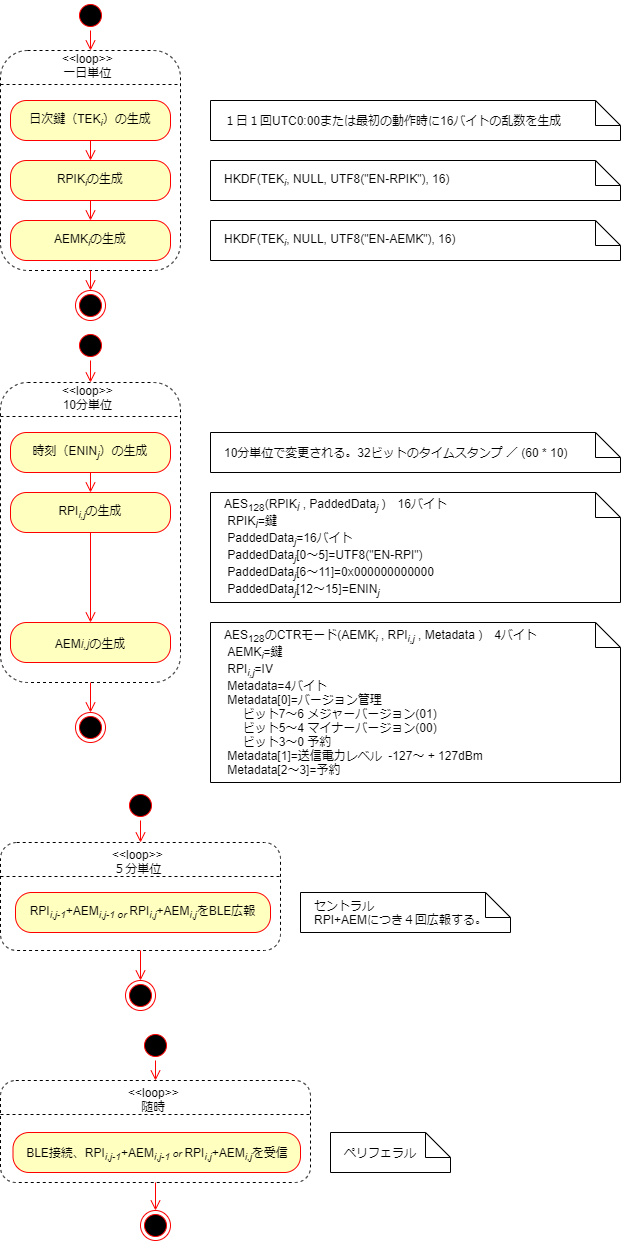
Earlier version of the draw.io export 接触確認機能アクティビティ.png (giangdolqa/GpsTrackerContactApp). Source tidied: cells renumbered, new cells last; positions are measured from the earlier drawing's top-left corner, leaving out a move shared by most shapes. Its diagram source:
```xml
<mxGraphModel>
  <root>
    <mxCell id="0" />
    <mxCell id="1" parent="0" />
    <mxCell id="2" style="rounded=1;whiteSpace=wrap;html=1;labelBackgroundColor=none;fontColor=#FFFFFF;align=left;fillColor=none;dashed=1;" parent="1" vertex="1">
      <mxGeometry y="50" width="180" height="220" as="geometry" />
    </mxCell>
    <mxCell id="3" style="rounded=1;whiteSpace=wrap;html=1;labelBackgroundColor=none;fontColor=#FFFFFF;align=left;fillColor=none;dashed=1;" parent="1" vertex="1">
      <mxGeometry y="382" width="180" height="300" as="geometry" />
    </mxCell>
    <mxCell id="4" style="rounded=1;whiteSpace=wrap;html=1;labelBackgroundColor=none;fontColor=#FFFFFF;align=left;fillColor=none;dashed=1;" parent="1" vertex="1">
      <mxGeometry y="1080" width="310" height="102" as="geometry" />
    </mxCell>
    <mxCell id="5" style="ellipse;html=1;shape=startState;fillColor=#000000;strokeColor=#ff0000;" parent="1" vertex="1">
      <mxGeometry x="75" width="30" height="30" as="geometry" />
    </mxCell>
    <mxCell id="6" style="edgeStyle=orthogonalEdgeStyle;html=1;verticalAlign=bottom;endArrow=open;endSize=8;strokeColor=#ff0000;entryX=0.5;entryY=0;entryDx=0;entryDy=0;exitX=0.5;exitY=1;exitDx=0;exitDy=0;" parent="1" edge="1" source="5" target="33">
      <mxGeometry relative="1" as="geometry" />
    </mxCell>
    <mxCell id="7" value="日次鍵（TEK&lt;i&gt;&lt;sub&gt;i&lt;/sub&gt;&lt;/i&gt;）の生成" style="rounded=1;whiteSpace=wrap;html=1;arcSize=40;fontColor=#000000;fillColor=#ffffc0;strokeColor=#ff0000;" parent="1" vertex="1">
      <mxGeometry x="10" y="100" width="160" height="40" as="geometry" />
    </mxCell>
    <mxCell id="8" style="edgeStyle=orthogonalEdgeStyle;html=1;verticalAlign=bottom;endArrow=open;endSize=8;strokeColor=#ff0000;entryX=0.5;entryY=0;entryDx=0;entryDy=0;" parent="1" edge="1" source="7" target="12">
      <mxGeometry relative="1" as="geometry" />
    </mxCell>
    <mxCell id="9" value="時刻（ENIN&lt;i&gt;&lt;sub&gt;j&lt;/sub&gt;&lt;/i&gt;）の生成" style="rounded=1;whiteSpace=wrap;html=1;arcSize=40;fontColor=#000000;fillColor=#ffffc0;strokeColor=#ff0000;" parent="1" vertex="1">
      <mxGeometry x="10" y="432" width="160" height="40" as="geometry" />
    </mxCell>
    <mxCell id="10" value="　１日１回UTC0:00または最初の動作時に16バイトの乱数を生成" style="shape=note2;boundedLbl=1;whiteSpace=wrap;html=1;size=25;verticalAlign=middle;align=left;labelBackgroundColor=none;fontColor=#000000;fillColor=none;" parent="1" vertex="1">
      <mxGeometry x="210" y="100" width="410" height="40" as="geometry" />
    </mxCell>
    <mxCell id="11" value="　10分単位で変更される。32ビットのタイムスタンプ ／ (60 * 10)" style="shape=note2;boundedLbl=1;whiteSpace=wrap;html=1;size=25;verticalAlign=middle;align=left;labelBackgroundColor=none;fontColor=#000000;fillColor=none;" parent="1" vertex="1">
      <mxGeometry x="210" y="432" width="410" height="40" as="geometry" />
    </mxCell>
    <mxCell id="12" value="RPIK&lt;i&gt;&lt;sub&gt;i&lt;/sub&gt;&lt;/i&gt;の生成" style="rounded=1;whiteSpace=wrap;html=1;arcSize=40;fontColor=#000000;fillColor=#ffffc0;strokeColor=#ff0000;" parent="1" vertex="1">
      <mxGeometry x="10" y="160" width="160" height="40" as="geometry" />
    </mxCell>
    <mxCell id="13" value="　HKDF(TEK&lt;i&gt;&lt;sub&gt;i&lt;/sub&gt;&lt;/i&gt;, NULL, UTF8(&quot;EN-RPIK&quot;), 16)" style="shape=note2;boundedLbl=1;whiteSpace=wrap;html=1;size=25;verticalAlign=middle;align=left;labelBackgroundColor=none;fontColor=#000000;fillColor=none;" parent="1" vertex="1">
      <mxGeometry x="210" y="160" width="410" height="40" as="geometry" />
    </mxCell>
    <mxCell id="14" value="RPI&lt;i&gt;&lt;sub&gt;i,j&lt;/sub&gt;&lt;/i&gt;の生成" style="rounded=1;whiteSpace=wrap;html=1;arcSize=40;fontColor=#000000;fillColor=#ffffc0;strokeColor=#ff0000;" parent="1" vertex="1">
      <mxGeometry x="10" y="492" width="160" height="40" as="geometry" />
    </mxCell>
    <mxCell id="15" value="　AES&lt;sub&gt;128&lt;/sub&gt;(RPIK&lt;i style=&quot;vertical-align: sub&quot;&gt;i&lt;/i&gt;&amp;nbsp;,&amp;nbsp;PaddedData&lt;sub&gt;&lt;i&gt;j&lt;/i&gt;&lt;/sub&gt;&amp;nbsp;)　16バイト&lt;br&gt;　&amp;nbsp;RPIK&lt;i style=&quot;vertical-align: sub&quot;&gt;i&lt;/i&gt;=鍵 &lt;br&gt;　 PaddedData&lt;sub style=&quot;font-style: italic&quot;&gt;j&lt;/sub&gt;=16バイト&lt;br&gt;　 PaddedData&lt;sub style=&quot;font-style: italic&quot;&gt;j&lt;/sub&gt;[0～5]=UTF8(&quot;EN-RPI&quot;)&lt;br&gt;　 PaddedData&lt;sub style=&quot;font-style: italic&quot;&gt;j&lt;/sub&gt;[6～11]=0x000000000000&lt;br&gt;　 PaddedData&lt;sub style=&quot;font-style: italic&quot;&gt;j&lt;/sub&gt;[12～15]=&lt;font&gt;&lt;span style=&quot;text-align: center&quot;&gt;ENIN&lt;/span&gt;&lt;i style=&quot;text-align: center&quot;&gt;&lt;sub&gt;j&lt;/sub&gt;&lt;/i&gt;&lt;/font&gt;" style="shape=note2;boundedLbl=1;whiteSpace=wrap;html=1;size=25;verticalAlign=middle;align=left;labelBackgroundColor=none;fontColor=#000000;fillColor=none;" parent="1" vertex="1">
      <mxGeometry x="210" y="492" width="410" height="110" as="geometry" />
    </mxCell>
    <mxCell id="16" value="AEMK&lt;i&gt;&lt;sub&gt;i&lt;/sub&gt;&lt;/i&gt;の生成" style="rounded=1;whiteSpace=wrap;html=1;arcSize=40;fontColor=#000000;fillColor=#ffffc0;strokeColor=#ff0000;" parent="1" vertex="1">
      <mxGeometry x="10" y="220" width="160" height="40" as="geometry" />
    </mxCell>
    <mxCell id="17" value="　HKDF(TEK&lt;i&gt;&lt;sub&gt;i&lt;/sub&gt;&lt;/i&gt;, NULL, UTF8(&quot;EN-AEMK&quot;), 16)" style="shape=note2;boundedLbl=1;whiteSpace=wrap;html=1;size=25;verticalAlign=middle;align=left;labelBackgroundColor=none;fontColor=#000000;fillColor=none;" parent="1" vertex="1">
      <mxGeometry x="210" y="220" width="410" height="40" as="geometry" />
    </mxCell>
    <mxCell id="18" value="&lt;span style=&quot;vertical-align: sub ; font-size: 12px&quot;&gt;AEM&lt;/span&gt;&lt;i style=&quot;vertical-align: sub&quot;&gt;i,j&lt;/i&gt;&lt;span style=&quot;vertical-align: sub&quot;&gt;の生成&lt;/span&gt;" style="rounded=1;whiteSpace=wrap;html=1;arcSize=40;fontColor=#000000;fillColor=#ffffc0;strokeColor=#ff0000;" parent="1" vertex="1">
      <mxGeometry x="10" y="622" width="160" height="40" as="geometry" />
    </mxCell>
    <mxCell id="19" value="　AES&lt;sub&gt;128&lt;/sub&gt;のCTRモード(&lt;font&gt;&lt;span style=&quot;text-align: center&quot;&gt;AEMK&lt;/span&gt;&lt;i style=&quot;text-align: center&quot;&gt;&lt;sub&gt;i&lt;/sub&gt;&lt;/i&gt;&lt;/font&gt;&amp;nbsp;,&amp;nbsp;&lt;font&gt;&lt;span style=&quot;text-align: center&quot;&gt;RPI&lt;/span&gt;&lt;i style=&quot;text-align: center&quot;&gt;&lt;sub&gt;i,j&lt;/sub&gt;&lt;/i&gt;&lt;/font&gt;&amp;nbsp;, Metadata )　4バイト&lt;br&gt;　 &lt;span style=&quot;text-align: center&quot;&gt;AEMK&lt;/span&gt;&lt;i style=&quot;text-align: center&quot;&gt;&lt;sub&gt;i&lt;/sub&gt;&lt;/i&gt;=鍵&amp;nbsp;&lt;br&gt;　&amp;nbsp;&lt;span style=&quot;text-align: center&quot;&gt;RPI&lt;/span&gt;&lt;i style=&quot;text-align: center&quot;&gt;&lt;sub&gt;i,j&lt;/sub&gt;&lt;/i&gt;&lt;span&gt;=IV&lt;/span&gt;&lt;br&gt;　 Metadata=4バイト&lt;br&gt;　 Metadata[0]=バージョン管理&lt;br&gt;　 　&amp;nbsp;ビット7～6 メジャーバージョン(01)&lt;br&gt;　 　&amp;nbsp;ビット5～4 マイナーバージョン(00)&lt;br&gt;　 　&amp;nbsp;ビット3～0 予約&lt;br&gt;　 Metadata[1]=&lt;span&gt;&lt;font&gt;送信電力レベル&amp;nbsp;&amp;nbsp;&lt;/font&gt;&lt;/span&gt;&lt;span&gt;&lt;font&gt;-127〜 + 127dBm&lt;br&gt;&lt;/font&gt;&lt;/span&gt;　 Metadata[2～3]=予約&lt;span&gt;&lt;font&gt;&lt;br&gt;&lt;/font&gt;&lt;/span&gt;" style="shape=note2;boundedLbl=1;whiteSpace=wrap;html=1;size=25;verticalAlign=middle;align=left;labelBackgroundColor=none;fontColor=#000000;fillColor=none;" parent="1" vertex="1">
      <mxGeometry x="210" y="622" width="410" height="160" as="geometry" />
    </mxCell>
    <mxCell id="20" style="ellipse;html=1;shape=endState;fillColor=#000000;strokeColor=#ff0000;labelBackgroundColor=none;fontColor=#FFFFFF;align=left;" parent="1" vertex="1">
      <mxGeometry x="140" y="1210" width="30" height="30" as="geometry" />
    </mxCell>
    <mxCell id="21" value="&lt;span style=&quot;vertical-align: sub&quot;&gt;BLE接続、RPI&lt;sub&gt;&lt;i&gt;i&lt;/i&gt;,&lt;i&gt;j-1&lt;/i&gt;&lt;/sub&gt;+AEM&lt;sub&gt;&lt;i&gt;i&lt;/i&gt;,&lt;i&gt;j-1&lt;/i&gt;&lt;/sub&gt;&lt;i style=&quot;font-size: 10px&quot;&gt;&amp;nbsp;or&amp;nbsp;&lt;/i&gt;RPI&lt;sub&gt;&lt;i&gt;i&lt;/i&gt;,&lt;i&gt;j&lt;/i&gt;&lt;/sub&gt;+AEM&lt;sub&gt;&lt;i&gt;i&lt;/i&gt;,&lt;i&gt;j&lt;/i&gt;&lt;/sub&gt;を受信&lt;/span&gt;" style="rounded=1;whiteSpace=wrap;html=1;arcSize=40;fontColor=#000000;fillColor=#ffffc0;strokeColor=#ff0000;" parent="1" vertex="1">
      <mxGeometry x="12.5" y="1132" width="287.5" height="40" as="geometry" />
    </mxCell>
    <mxCell id="22" style="edgeStyle=orthogonalEdgeStyle;html=1;verticalAlign=bottom;endArrow=open;endSize=8;strokeColor=#ff0000;exitX=0.5;exitY=1;exitDx=0;exitDy=0;" parent="1" edge="1" source="12" target="16">
      <mxGeometry relative="1" as="geometry" />
    </mxCell>
    <mxCell id="23" style="edgeStyle=orthogonalEdgeStyle;html=1;verticalAlign=bottom;endArrow=open;endSize=8;strokeColor=#ff0000;entryX=0.5;entryY=0;entryDx=0;entryDy=0;" parent="1" edge="1" target="39">
      <mxGeometry relative="1" as="geometry">
        <mxPoint x="90" y="270" as="sourcePoint" />
      </mxGeometry>
    </mxCell>
    <mxCell id="24" style="edgeStyle=orthogonalEdgeStyle;html=1;verticalAlign=bottom;endArrow=open;endSize=8;strokeColor=#ff0000;exitX=0.5;exitY=1;exitDx=0;exitDy=0;" parent="1" edge="1" source="9" target="14">
      <mxGeometry relative="1" as="geometry" />
    </mxCell>
    <mxCell id="25" style="edgeStyle=orthogonalEdgeStyle;html=1;verticalAlign=bottom;endArrow=open;endSize=8;strokeColor=#ff0000;entryX=0.5;entryY=0;entryDx=0;entryDy=0;" parent="1" edge="1" target="18">
      <mxGeometry relative="1" as="geometry">
        <mxPoint x="90" y="532" as="sourcePoint" />
      </mxGeometry>
    </mxCell>
    <mxCell id="26" style="edgeStyle=orthogonalEdgeStyle;html=1;verticalAlign=bottom;endArrow=open;endSize=8;strokeColor=#ff0000;exitX=0.5;exitY=1;exitDx=0;exitDy=0;" parent="1" edge="1" source="3">
      <mxGeometry relative="1" as="geometry">
        <mxPoint x="90" y="712" as="targetPoint" />
      </mxGeometry>
    </mxCell>
    <mxCell id="27" style="edgeStyle=orthogonalEdgeStyle;html=1;verticalAlign=bottom;endArrow=open;endSize=8;strokeColor=#ff0000;entryX=0.5;entryY=0;entryDx=0;entryDy=0;exitX=0.5;exitY=1;exitDx=0;exitDy=0;" parent="1" edge="1" source="4" target="20">
      <mxGeometry relative="1" as="geometry" />
    </mxCell>
    <mxCell id="28" style="line;strokeWidth=1;fillColor=none;align=left;verticalAlign=middle;spacingTop=-1;spacingLeft=3;spacingRight=3;labelPosition=right;dashed=1;labelBackgroundColor=none;fontColor=#FFFFFF;" parent="1" vertex="1">
      <mxGeometry y="1110" width="310" height="8" as="geometry" />
    </mxCell>
    <mxCell id="29" value="&lt;div style=&quot;text-align: center&quot;&gt;&amp;lt;&amp;lt;loop&amp;gt;&amp;gt;&lt;/div&gt;&lt;div style=&quot;text-align: center&quot;&gt;随時&lt;/div&gt;" style="text;whiteSpace=wrap;html=1;labelBackgroundColor=none;fontColor=#000000;verticalAlign=middle;" parent="1" vertex="1">
      <mxGeometry x="126.2" y="1088" width="60" height="22" as="geometry" />
    </mxCell>
    <mxCell id="30" style="line;strokeWidth=1;fillColor=none;align=left;verticalAlign=middle;spacingTop=-1;spacingLeft=3;spacingRight=3;labelPosition=right;dashed=1;labelBackgroundColor=none;fontColor=#FFFFFF;" parent="1" vertex="1">
      <mxGeometry y="412" width="180" height="8" as="geometry" />
    </mxCell>
    <mxCell id="31" value="&lt;div style=&quot;text-align: center&quot;&gt;&amp;lt;&amp;lt;loop&amp;gt;&amp;gt;&lt;/div&gt;&lt;div style=&quot;text-align: center&quot;&gt;10分単位&lt;/div&gt;" style="text;whiteSpace=wrap;html=1;labelBackgroundColor=none;fontColor=#000000;verticalAlign=middle;" parent="1" vertex="1">
      <mxGeometry x="60" y="382" width="60" height="30" as="geometry" />
    </mxCell>
    <mxCell id="32" style="line;strokeWidth=1;fillColor=none;align=left;verticalAlign=middle;spacingTop=-1;spacingLeft=3;spacingRight=3;labelPosition=right;dashed=1;labelBackgroundColor=none;fontColor=#FFFFFF;" parent="1" vertex="1">
      <mxGeometry y="80" width="180" height="8" as="geometry" />
    </mxCell>
    <mxCell id="33" value="&lt;div style=&quot;text-align: center&quot;&gt;&amp;lt;&amp;lt;loop&amp;gt;&amp;gt;&lt;/div&gt;&lt;div style=&quot;text-align: center&quot;&gt;一日単位&lt;/div&gt;" style="text;whiteSpace=wrap;html=1;fontColor=#000000;verticalAlign=middle;" parent="1" vertex="1">
      <mxGeometry x="60" y="50" width="60" height="30" as="geometry" />
    </mxCell>
    <mxCell id="34" style="ellipse;html=1;shape=endState;fillColor=#000000;strokeColor=#ff0000;labelBackgroundColor=none;fontColor=#FFFFFF;align=left;" parent="1" vertex="1">
      <mxGeometry x="75" y="712" width="30" height="30" as="geometry" />
    </mxCell>
    <mxCell id="35" style="ellipse;html=1;shape=startState;fillColor=#000000;strokeColor=#ff0000;" parent="1" vertex="1">
      <mxGeometry x="140" y="1030" width="30" height="30" as="geometry" />
    </mxCell>
    <mxCell id="36" style="edgeStyle=orthogonalEdgeStyle;html=1;verticalAlign=bottom;endArrow=open;endSize=8;strokeColor=#ff0000;exitX=0.5;exitY=1;exitDx=0;exitDy=0;entryX=0.5;entryY=0;entryDx=0;entryDy=0;" parent="1" edge="1" source="35" target="4">
      <mxGeometry relative="1" as="geometry" />
    </mxCell>
    <mxCell id="37" style="ellipse;html=1;shape=startState;fillColor=#000000;strokeColor=#ff0000;" parent="1" vertex="1">
      <mxGeometry x="75" y="330" width="30" height="30" as="geometry" />
    </mxCell>
    <mxCell id="38" style="edgeStyle=orthogonalEdgeStyle;html=1;verticalAlign=bottom;endArrow=open;endSize=8;strokeColor=#ff0000;entryX=0.5;entryY=0;entryDx=0;entryDy=0;" parent="1" edge="1" source="37" target="31">
      <mxGeometry relative="1" as="geometry" />
    </mxCell>
    <mxCell id="39" style="ellipse;html=1;shape=endState;fillColor=#000000;strokeColor=#ff0000;" parent="1" vertex="1">
      <mxGeometry x="75" y="290" width="30" height="30" as="geometry" />
    </mxCell>
    <mxCell id="40" value="　セントラル&lt;br&gt;　RPI+AEMにつき４回広報する。" style="shape=note2;boundedLbl=1;whiteSpace=wrap;html=1;size=25;verticalAlign=middle;align=left;labelBackgroundColor=none;fontColor=#000000;fillColor=none;" parent="1" vertex="1">
      <mxGeometry x="300" y="892" width="210" height="40" as="geometry" />
    </mxCell>
    <mxCell id="41" style="rounded=1;whiteSpace=wrap;html=1;labelBackgroundColor=none;fontColor=#FFFFFF;align=left;fillColor=none;dashed=1;" parent="1" vertex="1">
      <mxGeometry y="842" width="280" height="108" as="geometry" />
    </mxCell>
    <mxCell id="42" value="RPI&lt;sub&gt;&lt;i&gt;i&lt;/i&gt;,&lt;i&gt;j-1&lt;/i&gt;&lt;/sub&gt;+AEM&lt;sub&gt;&lt;i&gt;i&lt;/i&gt;,&lt;i&gt;j-1 or&amp;nbsp;&lt;/i&gt;&lt;/sub&gt;RPI&lt;sub&gt;&lt;i&gt;i&lt;/i&gt;,&lt;i&gt;j&lt;/i&gt;&lt;/sub&gt;+AEM&lt;sub&gt;&lt;i&gt;i&lt;/i&gt;,&lt;i&gt;j&lt;/i&gt;&lt;/sub&gt;をBLE広報" style="rounded=1;whiteSpace=wrap;html=1;arcSize=40;fontColor=#000000;fillColor=#ffffc0;strokeColor=#ff0000;" parent="1" vertex="1">
      <mxGeometry x="15" y="892" width="255" height="40" as="geometry" />
    </mxCell>
    <mxCell id="43" style="ellipse;html=1;shape=endState;fillColor=#000000;strokeColor=#ff0000;labelBackgroundColor=none;fontColor=#FFFFFF;align=left;" parent="1" vertex="1">
      <mxGeometry x="125" y="980" width="30" height="30" as="geometry" />
    </mxCell>
    <mxCell id="44" style="edgeStyle=orthogonalEdgeStyle;html=1;verticalAlign=bottom;endArrow=open;endSize=8;strokeColor=#ff0000;entryX=0.5;entryY=0;entryDx=0;entryDy=0;exitX=0.5;exitY=1;exitDx=0;exitDy=0;" parent="1" edge="1" source="41" target="43">
      <mxGeometry relative="1" as="geometry" />
    </mxCell>
    <mxCell id="45" style="line;strokeWidth=1;fillColor=none;align=left;verticalAlign=middle;spacingTop=-1;spacingLeft=3;spacingRight=3;labelPosition=right;dashed=1;labelBackgroundColor=none;fontColor=#FFFFFF;" parent="1" vertex="1">
      <mxGeometry y="872" width="280" height="8" as="geometry" />
    </mxCell>
    <mxCell id="46" value="&lt;div style=&quot;text-align: center&quot;&gt;&amp;lt;&amp;lt;loop&amp;gt;&amp;gt;&lt;/div&gt;&lt;div style=&quot;text-align: center&quot;&gt;５分単位&lt;/div&gt;" style="text;whiteSpace=wrap;html=1;labelBackgroundColor=none;fontColor=#000000;verticalAlign=middle;" parent="1" vertex="1">
      <mxGeometry x="110" y="850" width="60" height="22" as="geometry" />
    </mxCell>
    <mxCell id="47" style="ellipse;html=1;shape=startState;fillColor=#000000;strokeColor=#ff0000;" parent="1" vertex="1">
      <mxGeometry x="125" y="790" width="30" height="30" as="geometry" />
    </mxCell>
    <mxCell id="48" style="edgeStyle=orthogonalEdgeStyle;html=1;verticalAlign=bottom;endArrow=open;endSize=8;strokeColor=#ff0000;exitX=0.5;exitY=1;exitDx=0;exitDy=0;entryX=0.5;entryY=0;entryDx=0;entryDy=0;" parent="1" edge="1" source="47" target="41">
      <mxGeometry relative="1" as="geometry" />
    </mxCell>
    <mxCell id="49" value="　ペリフェラル" style="shape=note2;boundedLbl=1;whiteSpace=wrap;html=1;size=25;verticalAlign=middle;align=left;labelBackgroundColor=none;fontColor=#000000;fillColor=none;" parent="1" vertex="1">
      <mxGeometry x="330" y="1132" width="120" height="40" as="geometry" />
    </mxCell>
  </root>
</mxGraphModel>
```
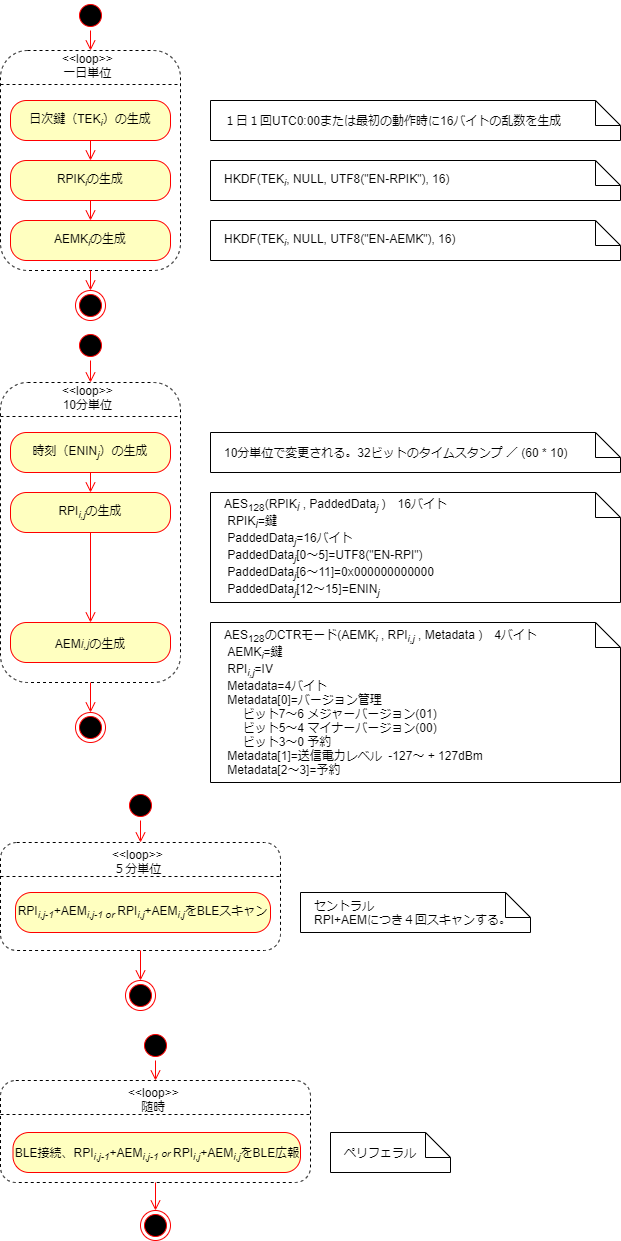
Later version of the same file.

Diff of the diagram source:
```diff
@@ -59,7 +59,7 @@
     <mxCell id="20" style="ellipse;html=1;shape=endState;fillColor=#000000;strokeColor=#ff0000;labelBackgroundColor=none;fontColor=#FFFFFF;align=left;" parent="1" vertex="1">
       <mxGeometry x="140" y="1210" width="30" height="30" as="geometry" />
     </mxCell>
-    <mxCell id="21" value="&lt;span style=&quot;vertical-align: sub&quot;&gt;BLE接続、RPI&lt;sub&gt;&lt;i&gt;i&lt;/i&gt;,&lt;i&gt;j-1&lt;/i&gt;&lt;/sub&gt;+AEM&lt;sub&gt;&lt;i&gt;i&lt;/i&gt;,&lt;i&gt;j-1&lt;/i&gt;&lt;/sub&gt;&lt;i style=&quot;font-size: 10px&quot;&gt;&amp;nbsp;or&amp;nbsp;&lt;/i&gt;RPI&lt;sub&gt;&lt;i&gt;i&lt;/i&gt;,&lt;i&gt;j&lt;/i&gt;&lt;/sub&gt;+AEM&lt;sub&gt;&lt;i&gt;i&lt;/i&gt;,&lt;i&gt;j&lt;/i&gt;&lt;/sub&gt;を受信&lt;/span&gt;" style="rounded=1;whiteSpace=wrap;html=1;arcSize=40;fontColor=#000000;fillColor=#ffffc0;strokeColor=#ff0000;" parent="1" vertex="1">
+    <mxCell id="21" value="&lt;span style=&quot;vertical-align: sub&quot;&gt;BLE接続、RPI&lt;sub&gt;&lt;i&gt;i&lt;/i&gt;,&lt;i&gt;j-1&lt;/i&gt;&lt;/sub&gt;+AEM&lt;sub&gt;&lt;i&gt;i&lt;/i&gt;,&lt;i&gt;j-1&lt;/i&gt;&lt;/sub&gt;&lt;i style=&quot;font-size: 10px&quot;&gt;&amp;nbsp;or&amp;nbsp;&lt;/i&gt;RPI&lt;sub&gt;&lt;i&gt;i&lt;/i&gt;,&lt;i&gt;j&lt;/i&gt;&lt;/sub&gt;+AEM&lt;sub&gt;&lt;i&gt;i&lt;/i&gt;,&lt;i&gt;j&lt;/i&gt;&lt;/sub&gt;をBLE広報&lt;/span&gt;" style="rounded=1;whiteSpace=wrap;html=1;arcSize=40;fontColor=#000000;fillColor=#ffffc0;strokeColor=#ff0000;" parent="1" vertex="1">
       <mxGeometry x="12.5" y="1132" width="287.5" height="40" as="geometry" />
     </mxCell>
     <mxCell id="22" style="edgeStyle=orthogonalEdgeStyle;html=1;verticalAlign=bottom;endArrow=open;endSize=8;strokeColor=#ff0000;exitX=0.5;exitY=1;exitDx=0;exitDy=0;" parent="1" edge="1" source="12" target="16">
@@ -122,13 +122,13 @@
     <mxCell id="39" style="ellipse;html=1;shape=endState;fillColor=#000000;strokeColor=#ff0000;" parent="1" vertex="1">
       <mxGeometry x="75" y="290" width="30" height="30" as="geometry" />
     </mxCell>
-    <mxCell id="40" value="　セントラル&lt;br&gt;　RPI+AEMにつき４回広報する。" style="shape=note2;boundedLbl=1;whiteSpace=wrap;html=1;size=25;verticalAlign=middle;align=left;labelBackgroundColor=none;fontColor=#000000;fillColor=none;" parent="1" vertex="1">
-      <mxGeometry x="300" y="892" width="210" height="40" as="geometry" />
+    <mxCell id="40" value="　セントラル&lt;br&gt;　RPI+AEMにつき４回スキャンする。" style="shape=note2;boundedLbl=1;whiteSpace=wrap;html=1;size=25;verticalAlign=middle;align=left;labelBackgroundColor=none;fontColor=#000000;fillColor=none;" parent="1" vertex="1">
+      <mxGeometry x="300" y="892" width="230" height="40" as="geometry" />
     </mxCell>
     <mxCell id="41" style="rounded=1;whiteSpace=wrap;html=1;labelBackgroundColor=none;fontColor=#FFFFFF;align=left;fillColor=none;dashed=1;" parent="1" vertex="1">
       <mxGeometry y="842" width="280" height="108" as="geometry" />
     </mxCell>
-    <mxCell id="42" value="RPI&lt;sub&gt;&lt;i&gt;i&lt;/i&gt;,&lt;i&gt;j-1&lt;/i&gt;&lt;/sub&gt;+AEM&lt;sub&gt;&lt;i&gt;i&lt;/i&gt;,&lt;i&gt;j-1 or&amp;nbsp;&lt;/i&gt;&lt;/sub&gt;RPI&lt;sub&gt;&lt;i&gt;i&lt;/i&gt;,&lt;i&gt;j&lt;/i&gt;&lt;/sub&gt;+AEM&lt;sub&gt;&lt;i&gt;i&lt;/i&gt;,&lt;i&gt;j&lt;/i&gt;&lt;/sub&gt;をBLE広報" style="rounded=1;whiteSpace=wrap;html=1;arcSize=40;fontColor=#000000;fillColor=#ffffc0;strokeColor=#ff0000;" parent="1" vertex="1">
+    <mxCell id="42" value="RPI&lt;sub&gt;&lt;i&gt;i&lt;/i&gt;,&lt;i&gt;j-1&lt;/i&gt;&lt;/sub&gt;+AEM&lt;sub&gt;&lt;i&gt;i&lt;/i&gt;,&lt;i&gt;j-1 or&amp;nbsp;&lt;/i&gt;&lt;/sub&gt;RPI&lt;sub&gt;&lt;i&gt;i&lt;/i&gt;,&lt;i&gt;j&lt;/i&gt;&lt;/sub&gt;+AEM&lt;sub&gt;&lt;i&gt;i&lt;/i&gt;,&lt;i&gt;j&lt;/i&gt;&lt;/sub&gt;をBLEスキャン" style="rounded=1;whiteSpace=wrap;html=1;arcSize=40;fontColor=#000000;fillColor=#ffffc0;strokeColor=#ff0000;" parent="1" vertex="1">
       <mxGeometry x="15" y="892" width="255" height="40" as="geometry" />
     </mxCell>
     <mxCell id="43" style="ellipse;html=1;shape=endState;fillColor=#000000;strokeColor=#ff0000;labelBackgroundColor=none;fontColor=#FFFFFF;align=left;" parent="1" vertex="1">
```
